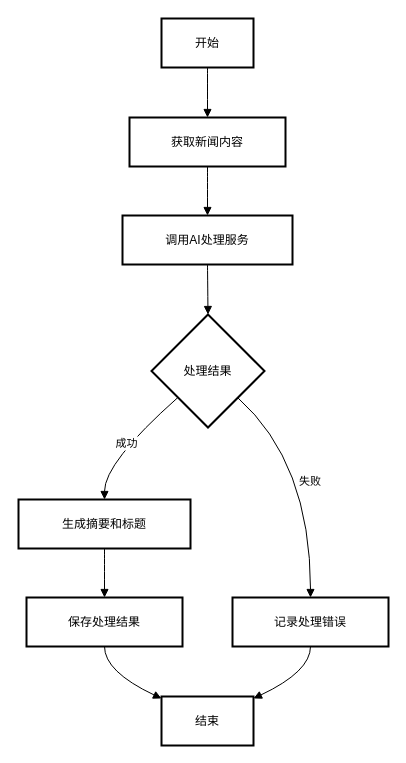
Earlier version of the draw.io diagram draw.io/活动图:新闻处理流程.drawio (lijc210/app_storage). Source tidied: cells renumbered, new cells numbered last; positions are measured from the earlier drawing's top-left corner, leaving out a move shared by most shapes. Both pictures are drawn from the tidied source at 100%, with x=0, y=0 at pixel (18, 18).
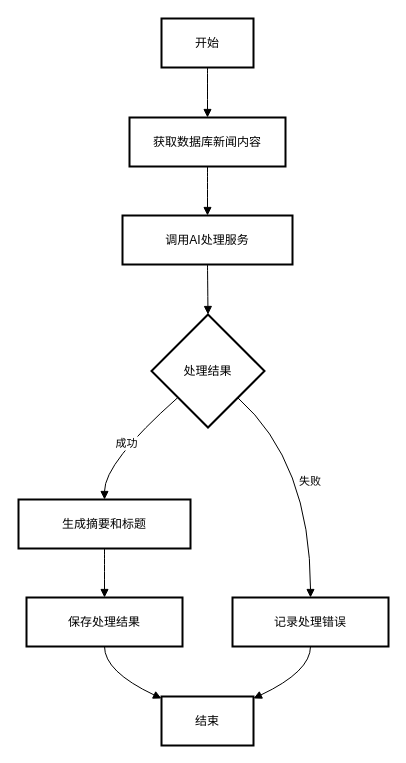
The same page after the edit.

Commit message:
更新活动图:新闻处理流程.drawio

The edit, as a diff of the source:
```diff
@@
-    <mxCell id="3" value="获取新闻内容" style="whiteSpace=wrap;strokeWidth=2;" parent="1" vertex="1">
+    <mxCell id="3" value="获取数据库新闻内容" style="whiteSpace=wrap;strokeWidth=2;" parent="1" vertex="1">
       <mxGeometry x="111" y="99" width="156" height="49" as="geometry" />
     </mxCell>
```
